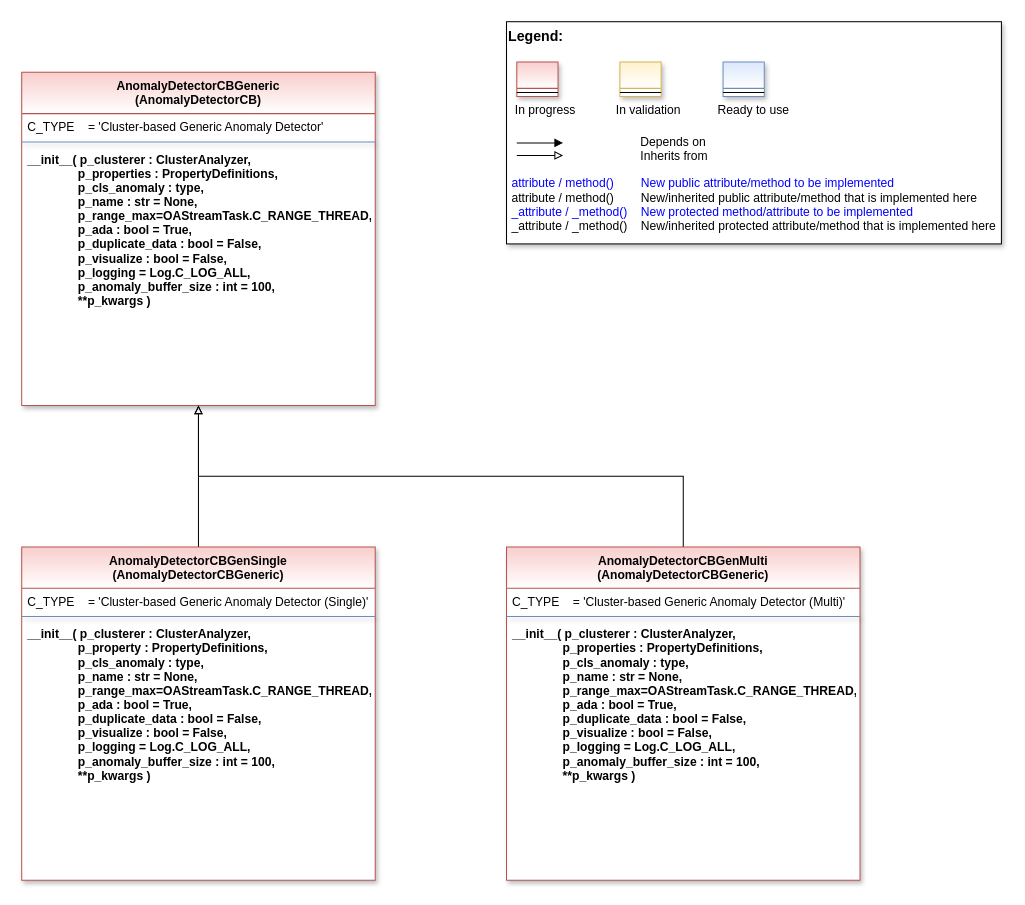
This is doc/rtd/content/99_appendices/appendix2/sub/mlpro_oa/streams/30_anomaly_detection/20_cluster_based/generic/images/MLPro-OA-CB-Gen-Anomaly-Detectors_class_diagram.drawio from fhswf/MLPro, a draw.io file, before an edit. Source tidied: cells renumbered, new cells numbered last; positions are measured from the earlier drawing's top-left corner, leaving out a move shared by most shapes. Both pictures are drawn from the tidied source at 101%, with x=0, y=0 at pixel (21, 21).
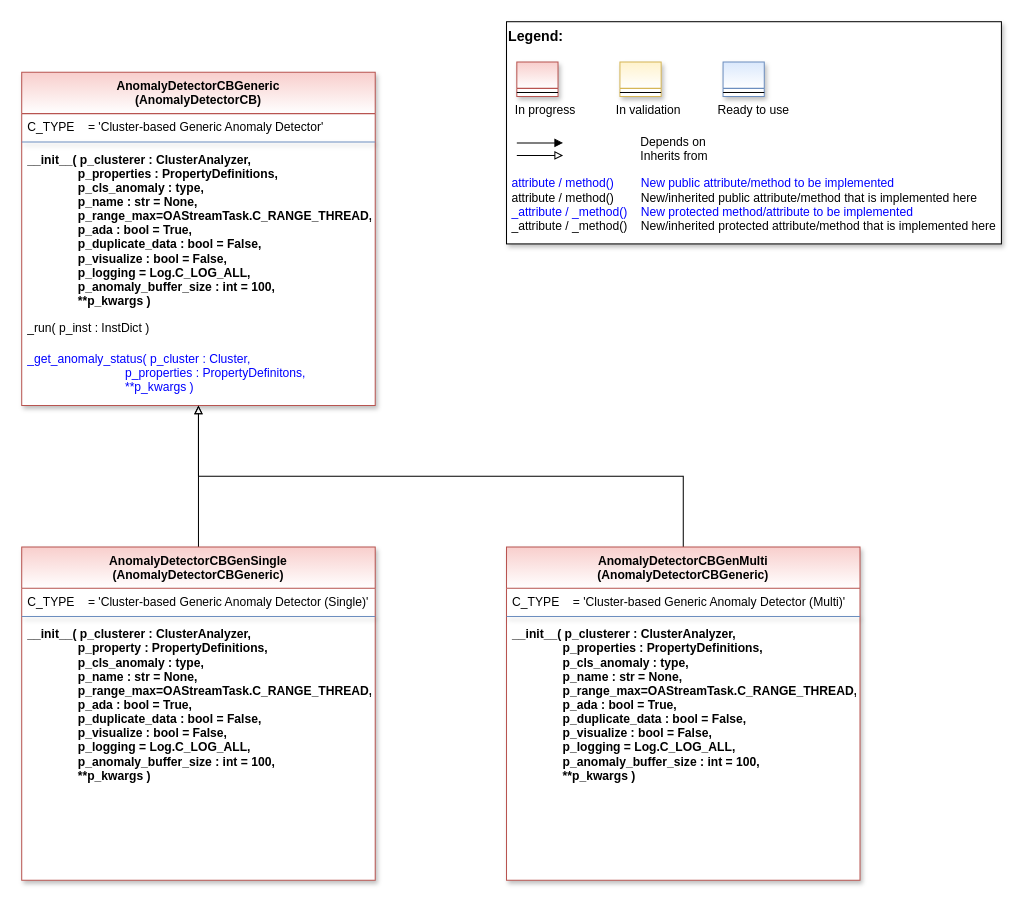
The same diagram, later.

Commit message (it also covers changes not shown here):
OA: Generic cluster-based anomaly detection #1138

The edit, as a diff of the source:
```diff
@@
+    <mxCell id="26" value="_run( p_inst : InstDict )" style="text;align=left;verticalAlign=top;spacingLeft=4;spacingRight=4;overflow=hidden;shadow=1;" parent="1" vertex="1">
+      <mxGeometry y="290" width="350" height="30" as="geometry" />
+    </mxCell>
+    <mxCell id="27" value="_get_anomaly_status( p_cluster : Cluster,&#10;                             p_properties : PropertyDefinitons,&#10;                             **p_kwargs )" style="text;align=left;verticalAlign=top;spacingLeft=4;spacingRight=4;overflow=hidden;shadow=1;fontColor=#0000FF;" parent="1" vertex="1">
+      <mxGeometry y="320" width="350" height="56" as="geometry" />
+    </mxCell>
```
